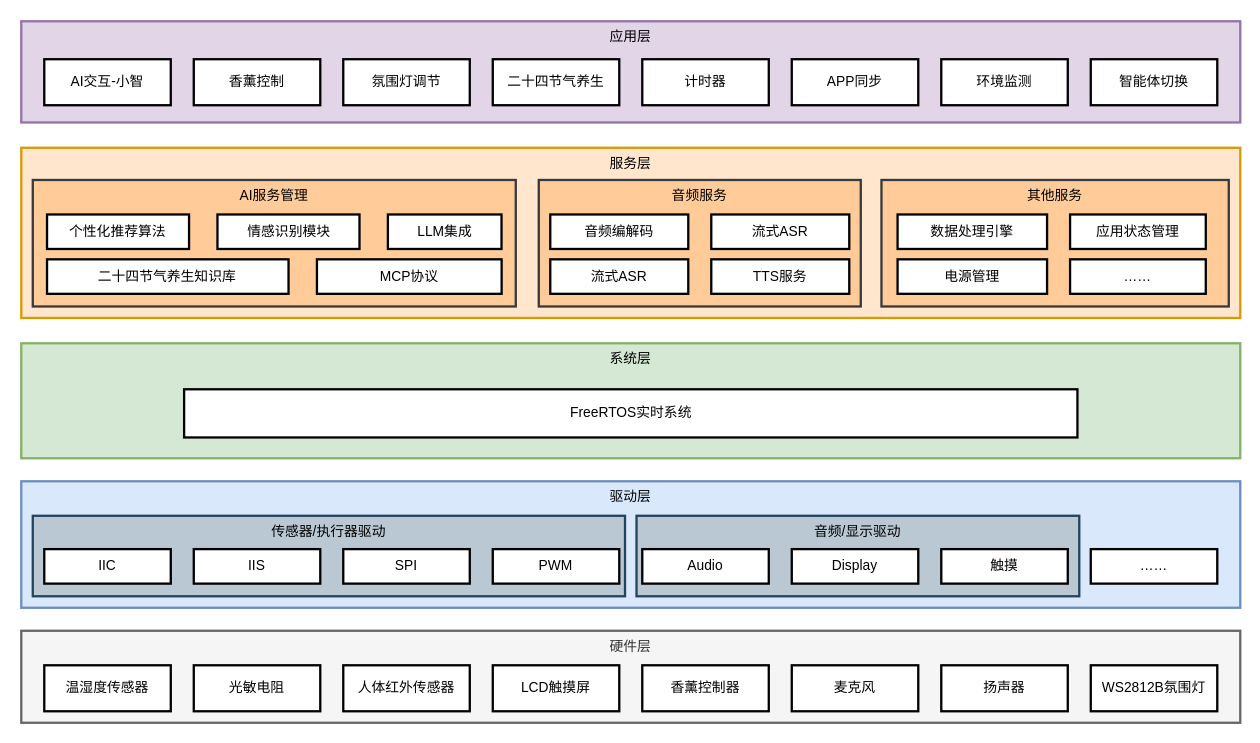
This is 二十四节气智能体技术架构.drawio from GaoXiaoLon/DrawIO, a draw.io file, before an edit. Source tidied: cells renumbered, new cells numbered last; positions are measured from the earlier drawing's top-left corner, leaving out a move shared by most shapes. Both pictures are drawn from the tidied source at 115%, with x=0, y=0 at pixel (21, 21).
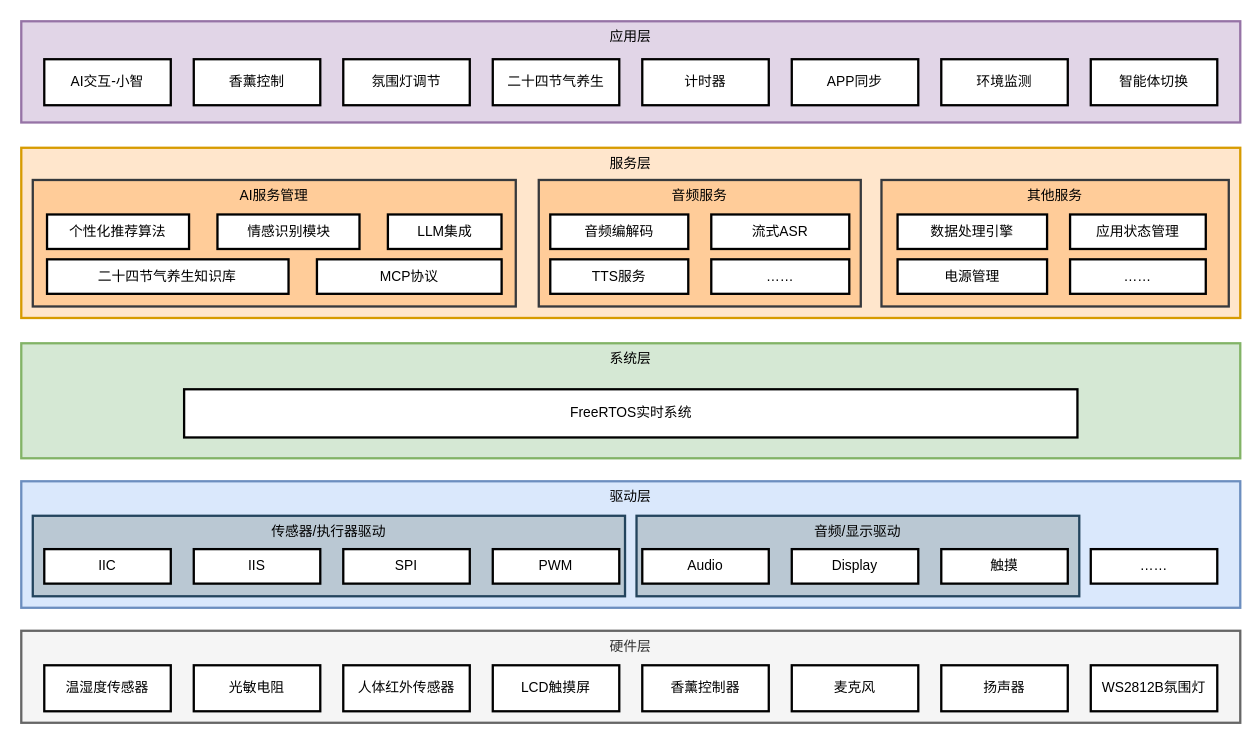
The same diagram, later.

Commit message:
更新二十四节气智能体技术架构.drawio

The edit, as a diff of the source:
```diff
@@
-    <mxCell id="28" value="流式ASR" style="whiteSpace=wrap;strokeWidth=2;" parent="1" vertex="1">
+    <mxCell id="28" value="TTS服务" style="whiteSpace=wrap;strokeWidth=2;" parent="1" vertex="1">
       <mxGeometry x="460" y="207" width="120" height="30" as="geometry" />
     </mxCell>
@@
-    <mxCell id="38" value="TTS服务" style="whiteSpace=wrap;strokeWidth=2;" parent="1" vertex="1">
+    <mxCell id="38" value="……" style="whiteSpace=wrap;strokeWidth=2;" parent="1" vertex="1">
       <mxGeometry x="600" y="207" width="120" height="30" as="geometry" />
     </mxCell>
```
